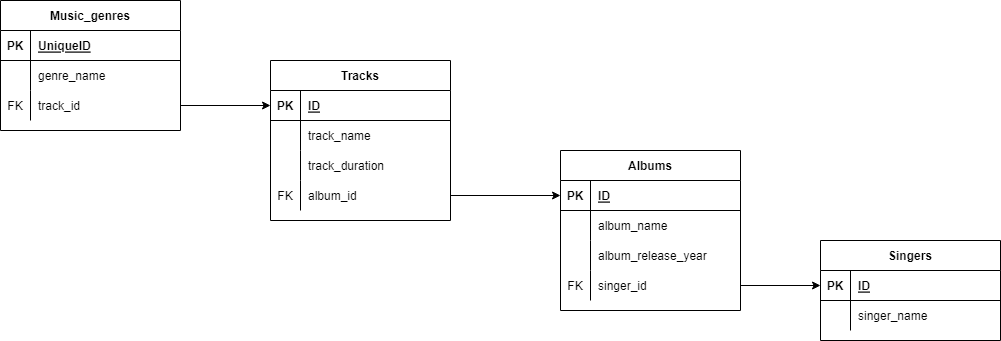
Above: Musical_genres(2).png in MaksimYushkov/NetologyHomeworks (draw.io), before the change. Source tidied: cells renumbered, new cells last; positions are measured from the earlier drawing's top-left corner, leaving out a move shared by most shapes.
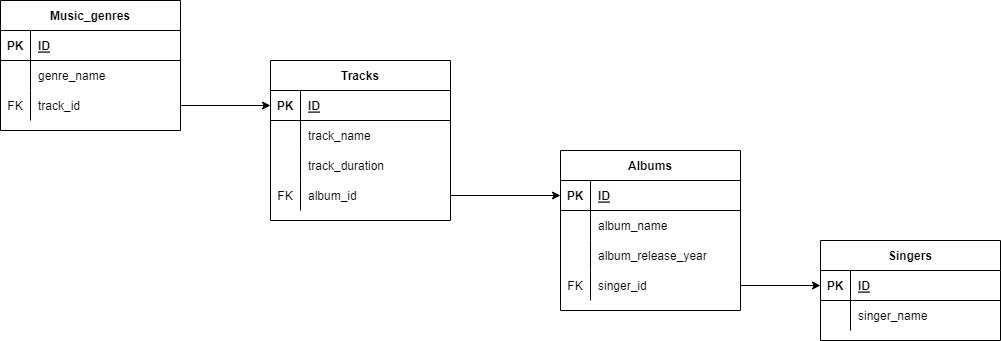
Later version of the same file.

What changed in the source:
```diff
@@ -116,7 +116,7 @@
     <mxCell id="39" value="PK" style="shape=partialRectangle;fillColor=none;top=0;left=0;bottom=0;right=0;fontStyle=1;overflow=hidden;" parent="38" vertex="1">
       <mxGeometry width="30" height="30" as="geometry" />
     </mxCell>
-    <mxCell id="40" value="UniqueID" style="shape=partialRectangle;fillColor=none;top=0;left=0;bottom=0;right=0;align=left;spacingLeft=6;fontStyle=5;overflow=hidden;" parent="38" vertex="1">
+    <mxCell id="40" value="ID" style="shape=partialRectangle;fillColor=none;top=0;left=0;bottom=0;right=0;align=left;spacingLeft=6;fontStyle=5;overflow=hidden;" parent="38" vertex="1">
       <mxGeometry x="30" width="150" height="30" as="geometry" />
     </mxCell>
     <mxCell id="41" style="shape=tableRow;horizontal=0;startSize=0;swimlaneHead=0;swimlaneBody=0;fillColor=none;top=0;left=0;right=0;bottom=0;" parent="37" vertex="1">
```
